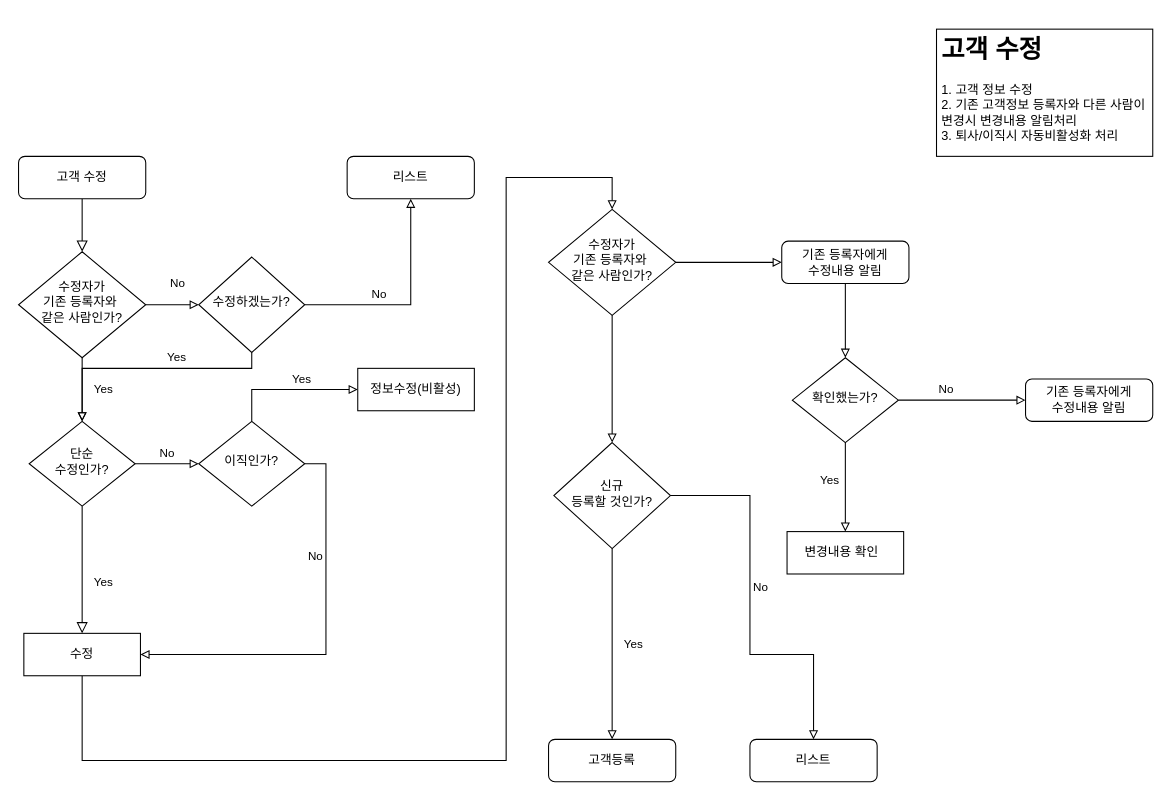
rex-j2w2/crm keeps this draw.io diagram as page "고객수정" (2 of 5) of ws_crm.drawio. Above is the earlier version. Source tidied: cells renumbered, new cells numbered last; positions are measured from the earlier drawing's top-left corner, leaving out a move shared by most shapes. Both pictures are drawn from the tidied source at 106%, with x=0, y=0 at pixel (18, 29). Pictures stored in the file or linked from it are replaced by grey dashed boxes.
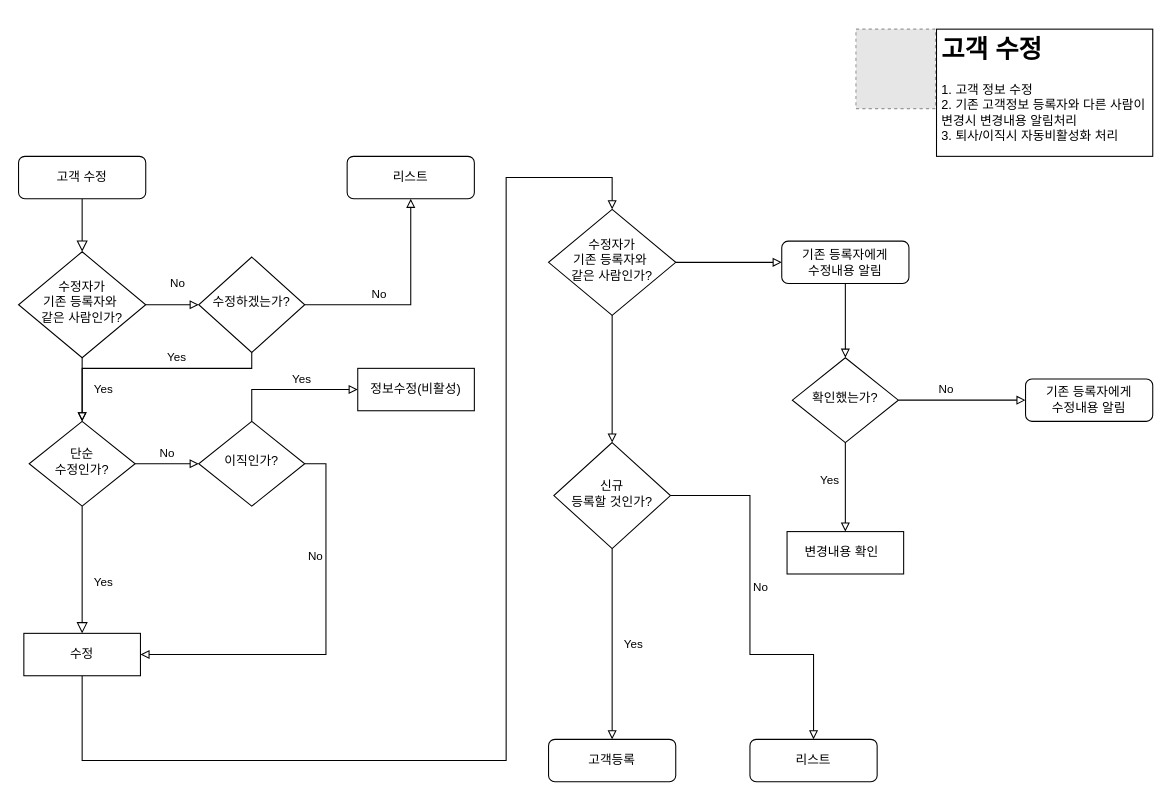
After the change.

The edit, as a diff of the source:
```diff
@@
+    <mxCell id="36" style="fillColor=#E6E6E6;strokeColor=#999999;dashed=1;verticalLabelPosition=bottom;verticalAlign=top;fontFamily=KB금융 본문체;" parent="1" vertex="1">
+      <mxGeometry x="790" width="75" height="75" as="geometry" />
+    </mxCell>
```
